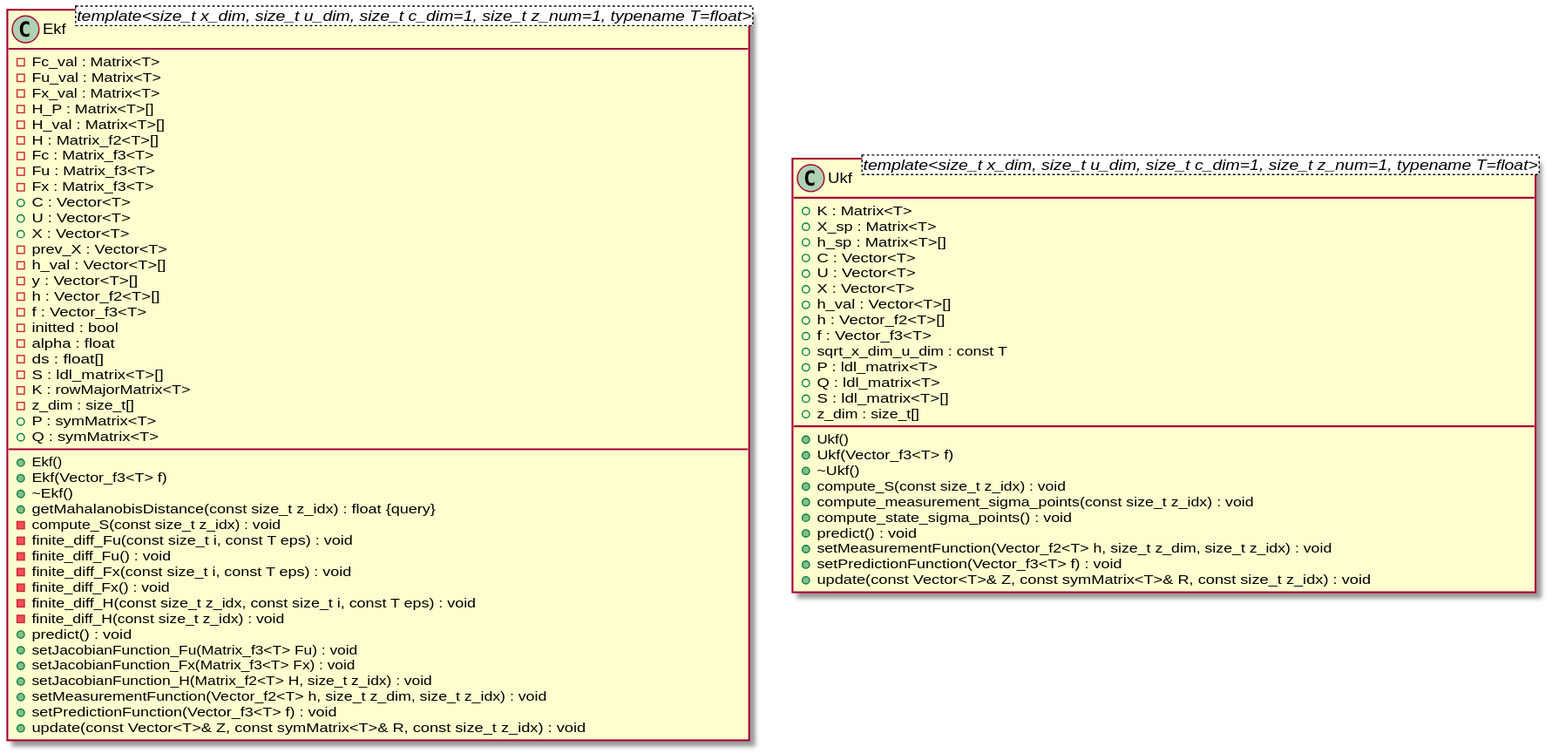
Earlier version of the PlantUML export lib/ESP32AlgebraFilters/docs/classDiagram.svg (robinAZERTY/ESP32Algebra).
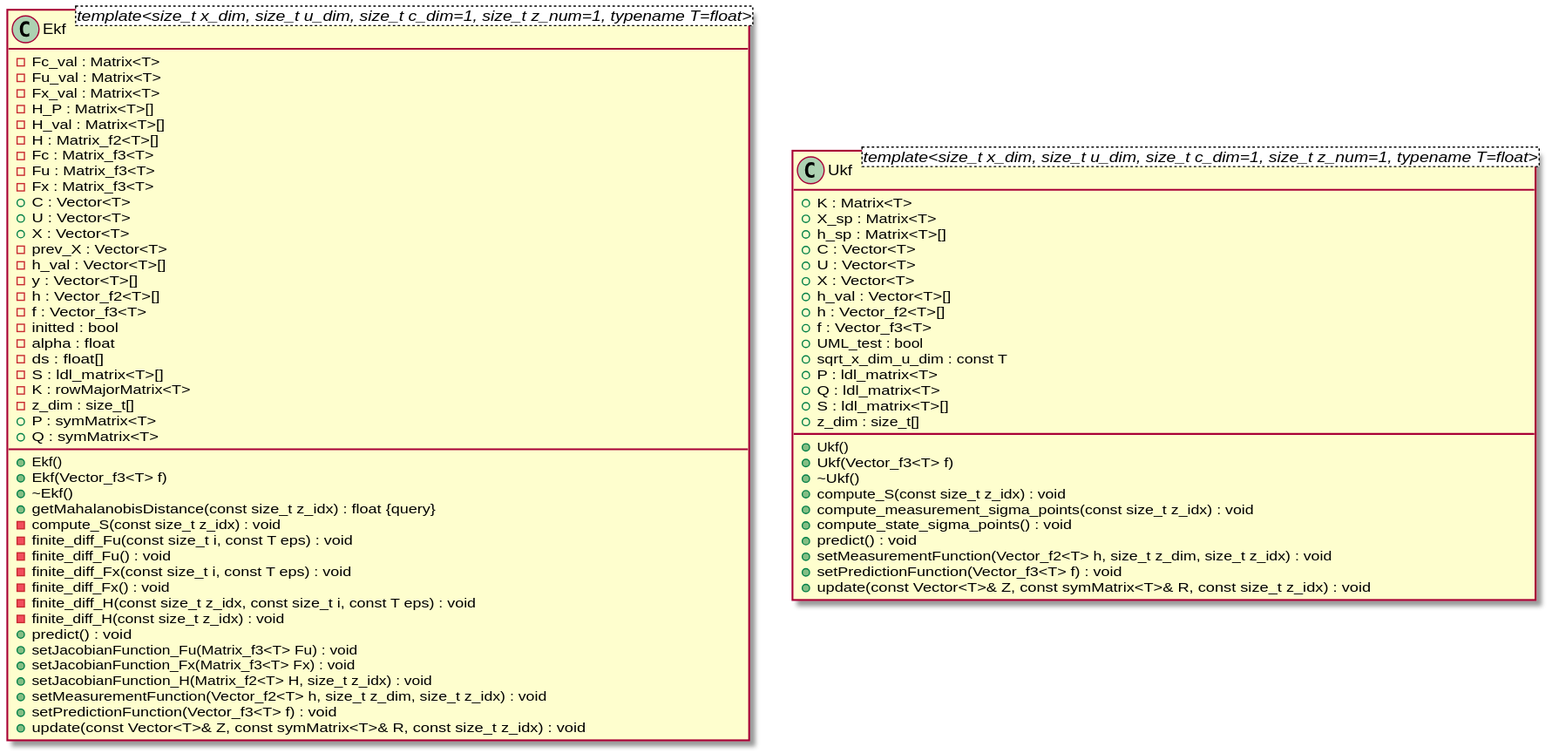
After the commit.

Commit message:
Updated UML diagram

The edit, as a diff of the source:
```diff
@@ -65,6 +65,7 @@
 	+h_val : Vector<T>[]
 	+h : Vector_f2<T>[]
 	+f : Vector_f3<T>
+	+UML_test : bool
 	+sqrt_x_dim_u_dim : const T
 	+P : ldl_matrix<T>
 	+Q : ldl_matrix<T>
```
